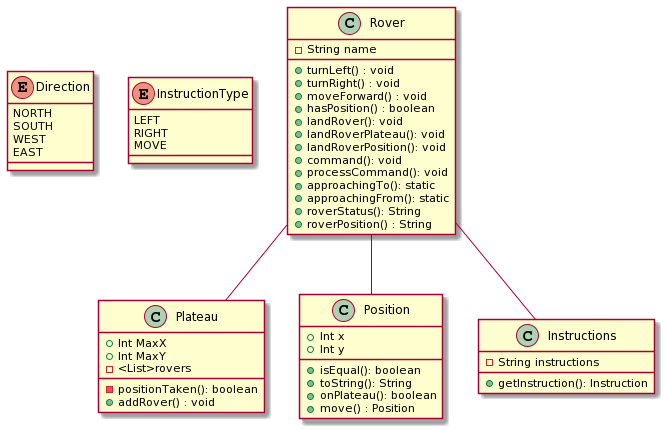
Before: src/main/resources/UMLDiagram/RoverDiagram.png, a diagram exported from PlantUML (Gurpreet1490/Mars-Rover-Kata).
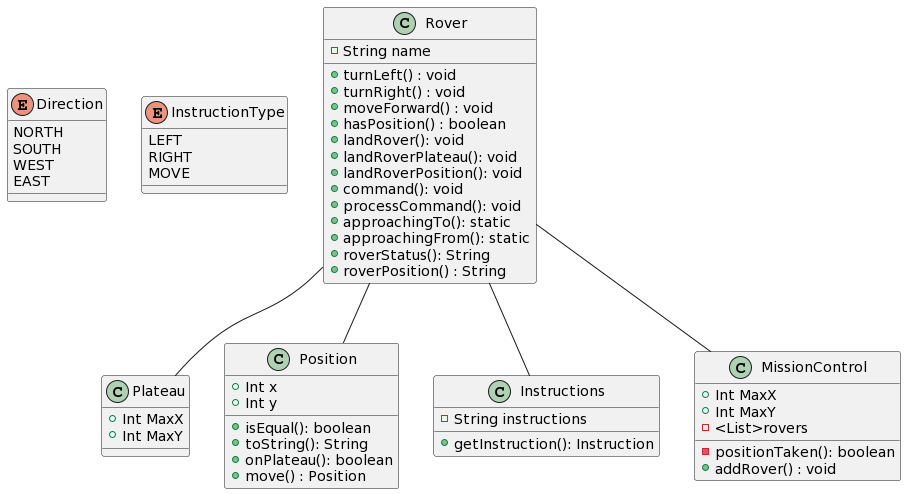
Later version of the same file.

Change to the diagram source:
```diff
@@ -15,10 +15,7 @@
 class Plateau {
     + Int MaxX
     + Int MaxY
-    -<List>rovers
 
-    -positionTaken(): boolean
-    +addRover() : void
 }
 
 class Position {
@@ -54,7 +51,18 @@
     +roverPosition() : String
 }
 
+class MissionControl{
+     + Int MaxX
+     + Int MaxY
+     -<List>rovers
+
+    -positionTaken(): boolean
+    +addRover() : void
+
+}
+
 Rover--Instructions
 Rover--Position
 Rover--Plateau
+Rover--MissionControl
 @enduml
```
